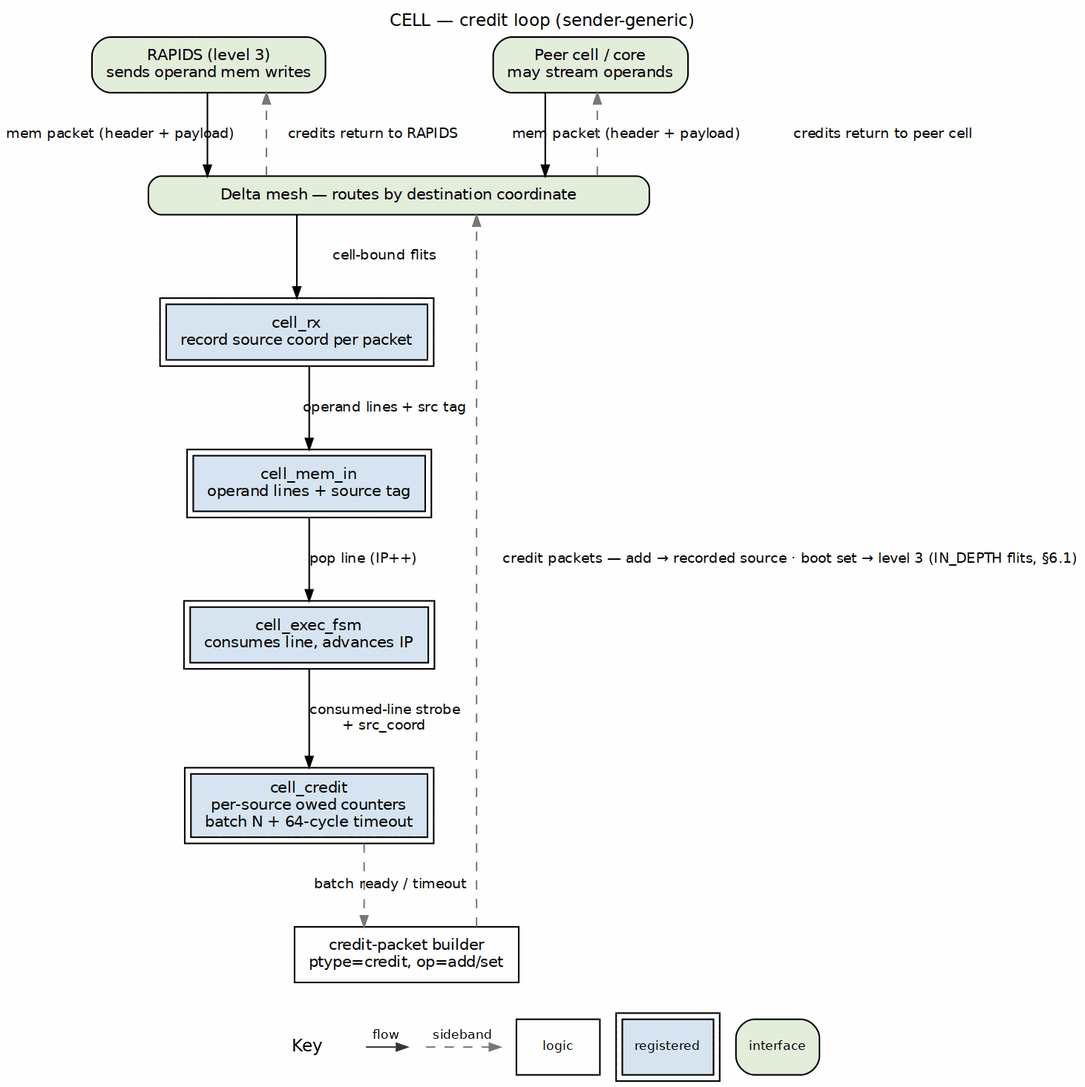
Above: projects/components/compute-eng-ip/cell/docs/cell_mas/assets/graphviz/02_credit_loop.png in sean-galloway/RTLDesignSherpa (Graphviz), before the change. Its source is kept beside it as projects/components/compute-eng-ip/cell/docs/cell_mas/assets/graphviz/02_credit_loop.dot.
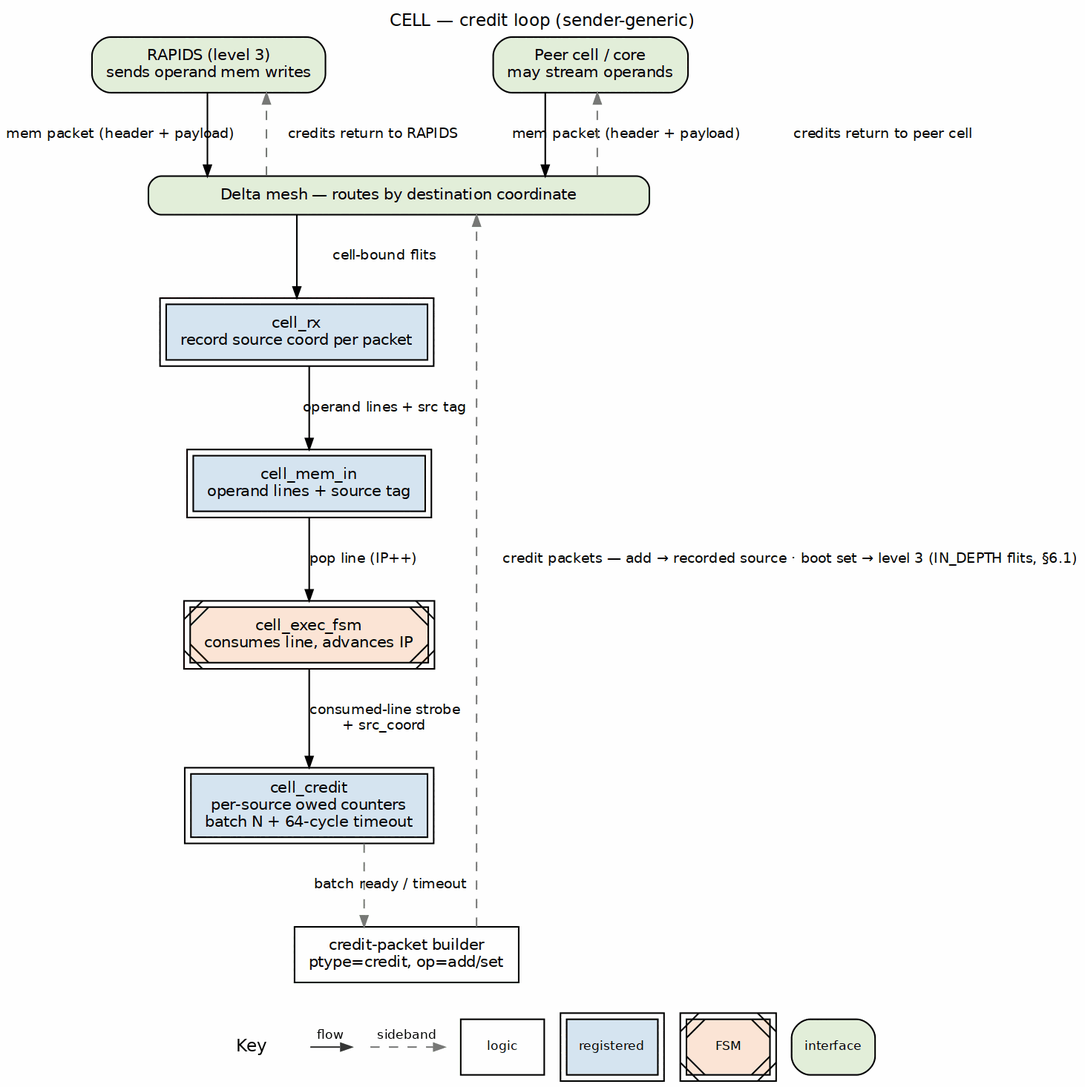
After the commit.

Diff of the diagram source:
```diff
@@ -15,7 +15,7 @@
 
   rx     [label="cell_rx\nrecord source coord per packet", peripheries=2, style="filled", fillcolor="#D6E4F0"];
   inmem  [label="cell_mem_in\noperand lines + source tag", peripheries=2, style="filled", fillcolor="#D6E4F0"];
-  fsm    [label="cell_exec_fsm\nconsumes line, advances IP", peripheries=2, style="filled", fillcolor="#D6E4F0"];
+  fsm    [label="cell_exec_fsm\nconsumes line, advances IP", peripheries=2, style="filled,diagonals", fillcolor="#FCE4D6"];
   credit [label="cell_credit\nper-source owed counters\nbatch N + 64-cycle timeout", peripheries=2, style="filled", fillcolor="#D6E4F0"];
   pktbld [label="credit-packet builder\nptype=credit, op=add/set", style="filled", fillcolor="white"];
 
```
